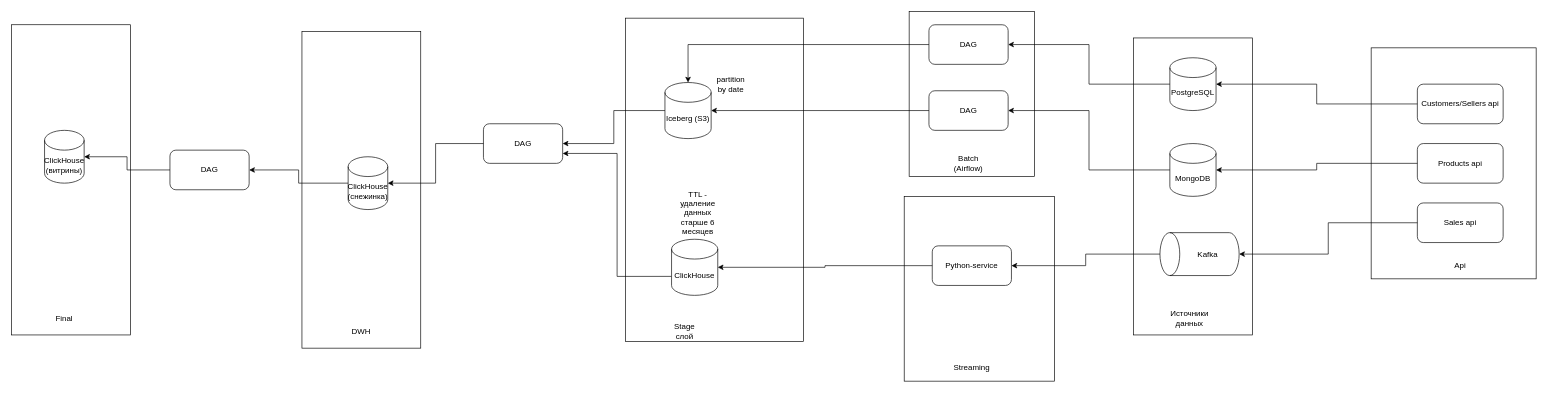
This is arch.drawio from felness/Sales-Analysis, a draw.io file, before an edit. Source tidied: cells renumbered, new cells numbered last; positions are measured from the earlier drawing's top-left corner, leaving out a move shared by most shapes. Both pictures are drawn from the tidied source at 66%, with x=0, y=0 at pixel (11, 11).
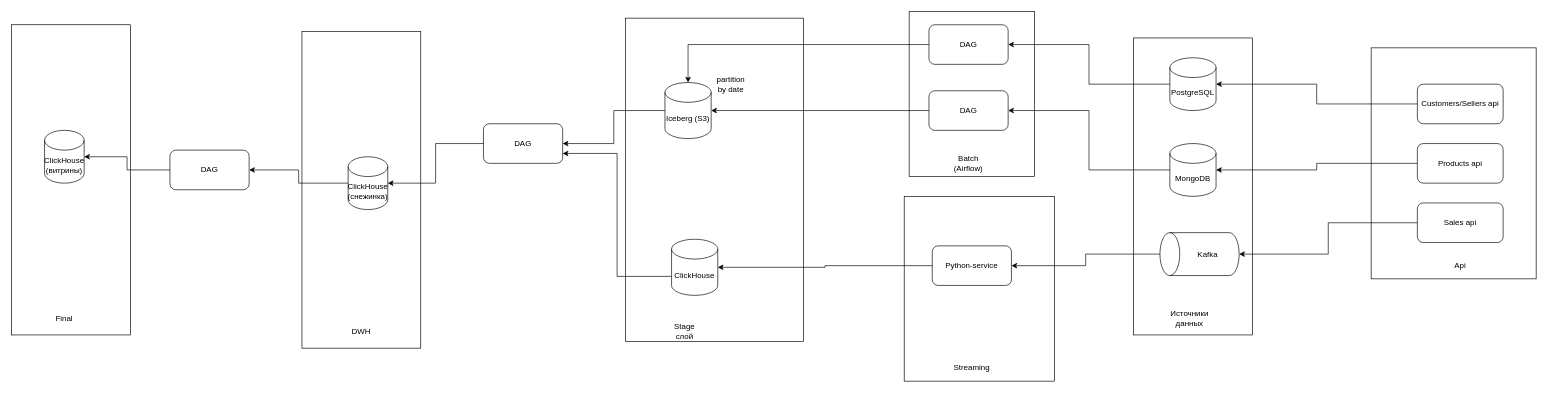
After the change.

The edit, as a diff of the source:
```diff
@@
-    <mxCell id="37" value="TTL - удаление данных старше 6 месяцев" style="text;html=1;align=center;verticalAlign=middle;whiteSpace=wrap;rounded=0;" parent="1" vertex="1">
-      <mxGeometry x="1010" y="290" width="60" height="30" as="geometry" />
-    </mxCell>
```
